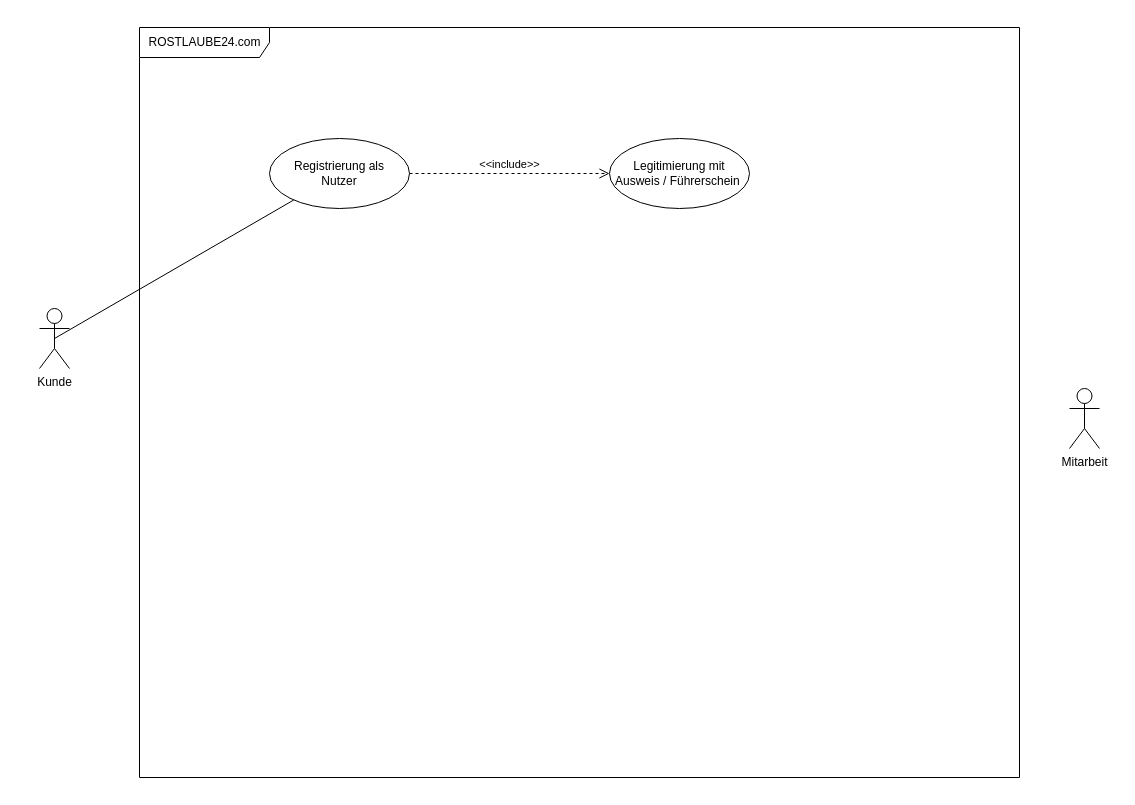
Above: Mini-Praktikum/USE-CASE-Anwendungsfalldiagramm-Praktikum.drawio in TheBlackDragon4/SWE-HS-Co-Se5 (draw.io), before the change. Source tidied: cells renumbered, new cells numbered last; positions are measured from the earlier drawing's top-left corner, leaving out a move shared by most shapes. Both pictures are drawn from the tidied source at 100%, with x=0, y=0 at pixel (39, 27).
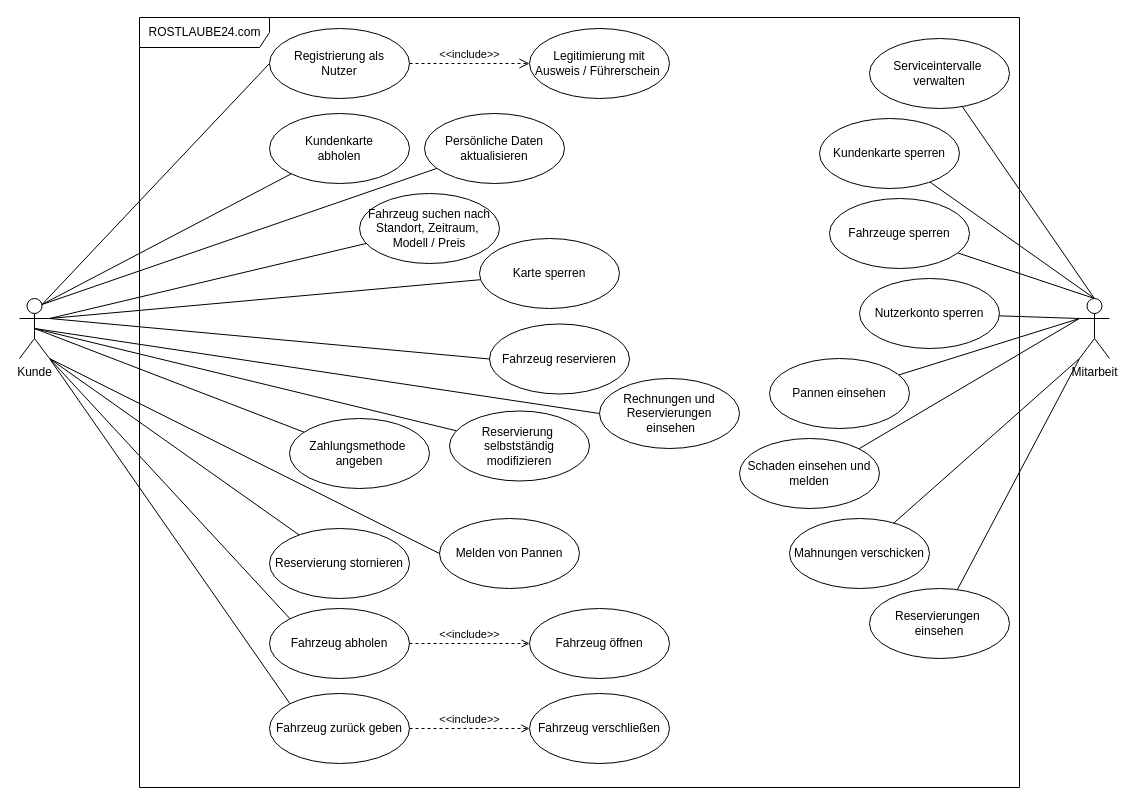
The same diagram, later.

The edit, as a diff of the source:
```diff
@@
     <mxCell id="2" value="ROSTLAUBE24.com" style="shape=umlFrame;tabPosition=left;html=1;boundedLbl=1;labelInHeader=1;width=130;height=30;" parent="1" vertex="1">
-      <mxGeometry x="100" width="880" height="750" as="geometry" />
+      <mxGeometry x="100" y="-10" width="880" height="770" as="geometry" />
     </mxCell>
-    <mxCell id="3" style="edgeStyle=none;html=1;exitX=0.5;exitY=0.5;exitDx=0;exitDy=0;exitPerimeter=0;endArrow=none;endFill=0;" parent="1" edge="1" source="4" target="6">
+    <mxCell id="3" style="edgeStyle=none;html=1;exitX=0.75;exitY=0.1;exitDx=0;exitDy=0;exitPerimeter=0;entryX=0;entryY=0.5;entryDx=0;entryDy=0;endArrow=none;endFill=0;" parent="1" edge="1" source="4" target="6">
       <mxGeometry relative="1" as="geometry" />
     </mxCell>
+    <mxCell id="9" style="edgeStyle=none;html=1;exitX=1;exitY=0.3333333333333333;exitDx=0;exitDy=0;exitPerimeter=0;entryX=0;entryY=0.5;entryDx=0;entryDy=0;endArrow=none;endFill=0;" parent="1" edge="1" source="4" target="29">
+      <mxGeometry relative="1" as="geometry" />
+    </mxCell>
+    <mxCell id="10" style="edgeStyle=none;html=1;exitX=0.75;exitY=0.1;exitDx=0;exitDy=0;exitPerimeter=0;endArrow=none;endFill=0;" parent="1" edge="1" source="4" target="30">
+      <mxGeometry relative="1" as="geometry" />
+    </mxCell>
+    <mxCell id="11" style="edgeStyle=none;html=1;exitX=1;exitY=0.3333333333333333;exitDx=0;exitDy=0;exitPerimeter=0;endArrow=none;endFill=0;" parent="1" edge="1" source="4" target="31">
+      <mxGeometry relative="1" as="geometry" />
+    </mxCell>
+    <mxCell id="12" style="edgeStyle=none;html=1;exitX=0.5;exitY=0.5;exitDx=0;exitDy=0;exitPerimeter=0;endArrow=none;endFill=0;" parent="1" edge="1" source="4" target="33">
+      <mxGeometry relative="1" as="geometry" />
+    </mxCell>
+    <mxCell id="13" style="edgeStyle=none;html=1;endArrow=none;endFill=0;exitX=1;exitY=1;exitDx=0;exitDy=0;exitPerimeter=0;" parent="1" edge="1" source="4" target="32">
+      <mxGeometry relative="1" as="geometry" />
+    </mxCell>
+    <mxCell id="14" style="edgeStyle=none;html=1;exitX=1;exitY=0.3333333333333333;exitDx=0;exitDy=0;exitPerimeter=0;endArrow=none;endFill=0;" parent="1" edge="1" source="4" target="34">
+      <mxGeometry relative="1" as="geometry" />
+    </mxCell>
+    <mxCell id="15" style="edgeStyle=none;html=1;exitX=0.75;exitY=0.1;exitDx=0;exitDy=0;exitPerimeter=0;endArrow=none;endFill=0;" parent="1" edge="1" source="4" target="35">
+      <mxGeometry relative="1" as="geometry" />
+    </mxCell>
+    <mxCell id="16" style="edgeStyle=none;html=1;exitX=1;exitY=1;exitDx=0;exitDy=0;exitPerimeter=0;endArrow=none;endFill=0;entryX=0;entryY=0;entryDx=0;entryDy=0;" parent="1" edge="1" source="4" target="37">
+      <mxGeometry relative="1" as="geometry" />
+    </mxCell>
+    <mxCell id="17" style="edgeStyle=none;html=1;exitX=1;exitY=1;exitDx=0;exitDy=0;exitPerimeter=0;entryX=0;entryY=0;entryDx=0;entryDy=0;endArrow=none;endFill=0;" parent="1" edge="1" source="4" target="38">
+      <mxGeometry relative="1" as="geometry" />
+    </mxCell>
+    <mxCell id="18" style="edgeStyle=none;html=1;exitX=0.5;exitY=0.5;exitDx=0;exitDy=0;exitPerimeter=0;endArrow=none;endFill=0;entryX=0;entryY=0.5;entryDx=0;entryDy=0;" parent="1" edge="1" source="4" target="42">
+      <mxGeometry relative="1" as="geometry" />
+    </mxCell>
+    <mxCell id="19" style="edgeStyle=none;html=1;exitX=1;exitY=1;exitDx=0;exitDy=0;exitPerimeter=0;entryX=0;entryY=0.5;entryDx=0;entryDy=0;endArrow=none;endFill=0;" parent="1" edge="1" source="4" target="43">
+      <mxGeometry relative="1" as="geometry" />
+    </mxCell>
+    <mxCell id="20" style="edgeStyle=none;html=1;exitX=0.5;exitY=0.5;exitDx=0;exitDy=0;exitPerimeter=0;endArrow=none;endFill=0;" parent="1" edge="1" source="4" target="45">
+      <mxGeometry relative="1" as="geometry" />
+    </mxCell>
     <mxCell id="4" value="Kunde" style="shape=umlActor;verticalLabelPosition=bottom;verticalAlign=top;html=1;" parent="1" vertex="1">
-      <mxGeometry y="281" width="30" height="60" as="geometry" />
+      <mxGeometry x="-20" y="271" width="30" height="60" as="geometry" />
     </mxCell>
+    <mxCell id="21" style="edgeStyle=none;html=1;exitX=0.5;exitY=0;exitDx=0;exitDy=0;exitPerimeter=0;endArrow=none;endFill=0;" parent="1" edge="1" source="5" target="44">
+      <mxGeometry relative="1" as="geometry" />
+    </mxCell>
+    <mxCell id="22" style="edgeStyle=none;html=1;exitX=0.5;exitY=0;exitDx=0;exitDy=0;exitPerimeter=0;endArrow=none;endFill=0;" parent="1" edge="1" source="5" target="46">
+      <mxGeometry relative="1" as="geometry" />
+    </mxCell>
+    <mxCell id="23" style="edgeStyle=none;html=1;exitX=0.5;exitY=0;exitDx=0;exitDy=0;exitPerimeter=0;endArrow=none;endFill=0;" parent="1" edge="1" source="5" target="47">
+      <mxGeometry relative="1" as="geometry" />
+    </mxCell>
+    <mxCell id="24" style="edgeStyle=none;html=1;exitX=0;exitY=0.3333333333333333;exitDx=0;exitDy=0;exitPerimeter=0;endArrow=none;endFill=0;" parent="1" edge="1" source="5" target="48">
+      <mxGeometry relative="1" as="geometry" />
+    </mxCell>
+    <mxCell id="25" style="edgeStyle=none;html=1;exitX=0;exitY=0.3333333333333333;exitDx=0;exitDy=0;exitPerimeter=0;endArrow=none;endFill=0;" parent="1" edge="1" source="5" target="50">
+      <mxGeometry relative="1" as="geometry" />
+    </mxCell>
+    <mxCell id="26" style="edgeStyle=none;html=1;exitX=0;exitY=0.3333333333333333;exitDx=0;exitDy=0;exitPerimeter=0;entryX=1;entryY=0;entryDx=0;entryDy=0;endArrow=none;endFill=0;" parent="1" edge="1" source="5" target="49">
+      <mxGeometry relative="1" as="geometry" />
+    </mxCell>
+    <mxCell id="27" style="edgeStyle=none;html=1;exitX=0;exitY=1;exitDx=0;exitDy=0;exitPerimeter=0;endArrow=none;endFill=0;" parent="1" edge="1" source="5" target="51">
+      <mxGeometry relative="1" as="geometry" />
+    </mxCell>
+    <mxCell id="28" style="edgeStyle=none;html=1;exitX=0;exitY=1;exitDx=0;exitDy=0;exitPerimeter=0;endArrow=none;endFill=0;" parent="1" edge="1" source="5" target="52">
+      <mxGeometry relative="1" as="geometry" />
+    </mxCell>
     <mxCell id="5" value="Mitarbeit" style="shape=umlActor;verticalLabelPosition=bottom;verticalAlign=top;html=1;" parent="1" vertex="1">
-      <mxGeometry x="1030" y="361" width="30" height="60" as="geometry" />
+      <mxGeometry x="1040" y="271" width="30" height="60" as="geometry" />
     </mxCell>
     <mxCell id="6" value="Registrierung als&lt;br&gt;Nutzer" style="ellipse;whiteSpace=wrap;html=1;" parent="1" vertex="1">
-      <mxGeometry x="230" y="111" width="140" height="70" as="geometry" />
+      <mxGeometry x="230" y="1" width="140" height="70" as="geometry" />
     </mxCell>
     <mxCell id="7" value="Legitimierung mit Ausweis / Führerschein&amp;nbsp;" style="ellipse;whiteSpace=wrap;html=1;" parent="1" vertex="1">
-      <mxGeometry x="570" y="111" width="140" height="70" as="geometry" />
+      <mxGeometry x="490" y="1" width="140" height="70" as="geometry" />
     </mxCell>
@@
+    <mxCell id="29" value="Fahrzeug reservieren" style="ellipse;whiteSpace=wrap;html=1;" parent="1" vertex="1">
+      <mxGeometry x="450" y="296.5" width="140" height="70" as="geometry" />
+    </mxCell>
+    <mxCell id="30" value="Kundenkarte&lt;br&gt;abholen" style="ellipse;whiteSpace=wrap;html=1;" parent="1" vertex="1">
+      <mxGeometry x="230" y="86" width="140" height="70" as="geometry" />
+    </mxCell>
+    <mxCell id="31" value="Fahrzeug suchen nach&lt;br&gt;Standort, Zeitraum,&amp;nbsp;&lt;br&gt;Modell / Preis" style="ellipse;whiteSpace=wrap;html=1;" parent="1" vertex="1">
+      <mxGeometry x="320" y="166" width="140" height="70" as="geometry" />
+    </mxCell>
+    <mxCell id="32" value="Reservierung stornieren" style="ellipse;whiteSpace=wrap;html=1;" parent="1" vertex="1">
+      <mxGeometry x="230" y="501" width="140" height="70" as="geometry" />
+    </mxCell>
+    <mxCell id="33" value="Reservierung&amp;nbsp;&lt;br&gt;selbstständig modifizieren" style="ellipse;whiteSpace=wrap;html=1;" parent="1" vertex="1">
+      <mxGeometry x="410" y="383.5" width="140" height="70" as="geometry" />
+    </mxCell>
+    <mxCell id="34" value="Karte sperren" style="ellipse;whiteSpace=wrap;html=1;" parent="1" vertex="1">
+      <mxGeometry x="440" y="211" width="140" height="70" as="geometry" />
+    </mxCell>
+    <mxCell id="35" value="Persönliche Daten&lt;br&gt;aktualisieren" style="ellipse;whiteSpace=wrap;html=1;" parent="1" vertex="1">
+      <mxGeometry x="385" y="86" width="140" height="70" as="geometry" />
+    </mxCell>
+    <mxCell id="36" value="Fahrzeug öffnen" style="ellipse;whiteSpace=wrap;html=1;" parent="1" vertex="1">
+      <mxGeometry x="490" y="581" width="140" height="70" as="geometry" />
+    </mxCell>
+    <mxCell id="37" value="Fahrzeug zurück geben" style="ellipse;whiteSpace=wrap;html=1;" parent="1" vertex="1">
+      <mxGeometry x="230" y="666" width="140" height="70" as="geometry" />
+    </mxCell>
+    <mxCell id="38" value="Fahrzeug abholen" style="ellipse;whiteSpace=wrap;html=1;" parent="1" vertex="1">
+      <mxGeometry x="230" y="581" width="140" height="70" as="geometry" />
+    </mxCell>
+    <mxCell id="39" value="&amp;lt;&amp;lt;include&amp;gt;&amp;gt;" style="html=1;verticalAlign=bottom;labelBackgroundColor=none;endArrow=open;endFill=0;dashed=1;exitX=1;exitY=0.5;exitDx=0;exitDy=0;" parent="1" edge="1" source="38" target="36">
+      <mxGeometry relative="1" as="geometry" />
+    </mxCell>
+    <mxCell id="40" value="Fahrzeug verschließen" style="ellipse;whiteSpace=wrap;html=1;" parent="1" vertex="1">
+      <mxGeometry x="490" y="666" width="140" height="70" as="geometry" />
+    </mxCell>
+    <mxCell id="41" value="&amp;lt;&amp;lt;include&amp;gt;&amp;gt;" style="html=1;verticalAlign=bottom;labelBackgroundColor=none;endArrow=open;endFill=0;dashed=1;exitX=1;exitY=0.5;exitDx=0;exitDy=0;" parent="1" edge="1" source="37" target="40">
+      <mxGeometry relative="1" as="geometry" />
+    </mxCell>
+    <mxCell id="42" value="Rechnungen und&lt;br&gt;Reservierungen&lt;br&gt;&amp;nbsp;einsehen" style="ellipse;whiteSpace=wrap;html=1;" parent="1" vertex="1">
+      <mxGeometry x="560" y="351" width="140" height="70" as="geometry" />
+    </mxCell>
+    <mxCell id="43" value="Melden von Pannen" style="ellipse;whiteSpace=wrap;html=1;" parent="1" vertex="1">
+      <mxGeometry x="400" y="491" width="140" height="70" as="geometry" />
+    </mxCell>
+    <mxCell id="44" value="Serviceintervalle&amp;nbsp;&lt;br&gt;verwalten" style="ellipse;whiteSpace=wrap;html=1;" parent="1" vertex="1">
+      <mxGeometry x="830" y="11" width="140" height="70" as="geometry" />
+    </mxCell>
+    <mxCell id="45" value="Zahlungsmethode&amp;nbsp;&lt;br&gt;angeben" style="ellipse;whiteSpace=wrap;html=1;" parent="1" vertex="1">
+      <mxGeometry x="250" y="391" width="140" height="70" as="geometry" />
+    </mxCell>
+    <mxCell id="46" value="Kundenkarte sperren" style="ellipse;whiteSpace=wrap;html=1;" parent="1" vertex="1">
+      <mxGeometry x="780" y="91" width="140" height="70" as="geometry" />
+    </mxCell>
+    <mxCell id="47" value="Fahrzeuge sperren" style="ellipse;whiteSpace=wrap;html=1;" parent="1" vertex="1">
+      <mxGeometry x="790" y="171" width="140" height="70" as="geometry" />
+    </mxCell>
+    <mxCell id="48" value="Pannen einsehen" style="ellipse;whiteSpace=wrap;html=1;" parent="1" vertex="1">
+      <mxGeometry x="730" y="331" width="140" height="70" as="geometry" />
+    </mxCell>
+    <mxCell id="49" value="Schaden einsehen und melden" style="ellipse;whiteSpace=wrap;html=1;" parent="1" vertex="1">
+      <mxGeometry x="700" y="411" width="140" height="70" as="geometry" />
+    </mxCell>
+    <mxCell id="50" value="Nutzerkonto sperren" style="ellipse;whiteSpace=wrap;html=1;" parent="1" vertex="1">
+      <mxGeometry x="820" y="251" width="140" height="70" as="geometry" />
+    </mxCell>
+    <mxCell id="51" value="Mahnungen verschicken" style="ellipse;whiteSpace=wrap;html=1;" parent="1" vertex="1">
+      <mxGeometry x="750" y="491" width="140" height="70" as="geometry" />
+    </mxCell>
+    <mxCell id="52" value="Reservierungen&amp;nbsp;&lt;br&gt;einsehen" style="ellipse;whiteSpace=wrap;html=1;" parent="1" vertex="1">
+      <mxGeometry x="830" y="561" width="140" height="70" as="geometry" />
+    </mxCell>
```
